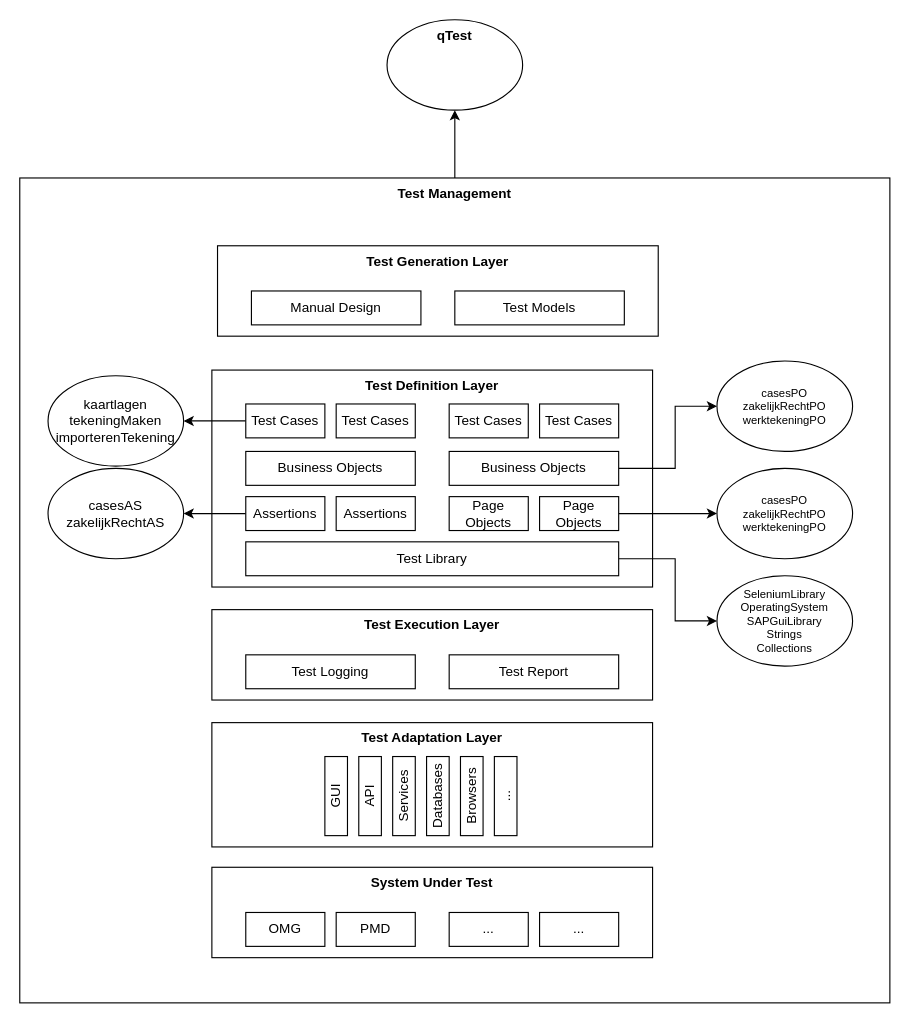
Above: ta.drawio in yusufkaracaburun/drawings (draw.io), before the change. Source tidied: cells renumbered, new cells numbered last; positions are measured from the earlier drawing's top-left corner, leaving out a move shared by most shapes. Both pictures are drawn from the tidied source at 113%, with x=0, y=0 at pixel (19, 19).
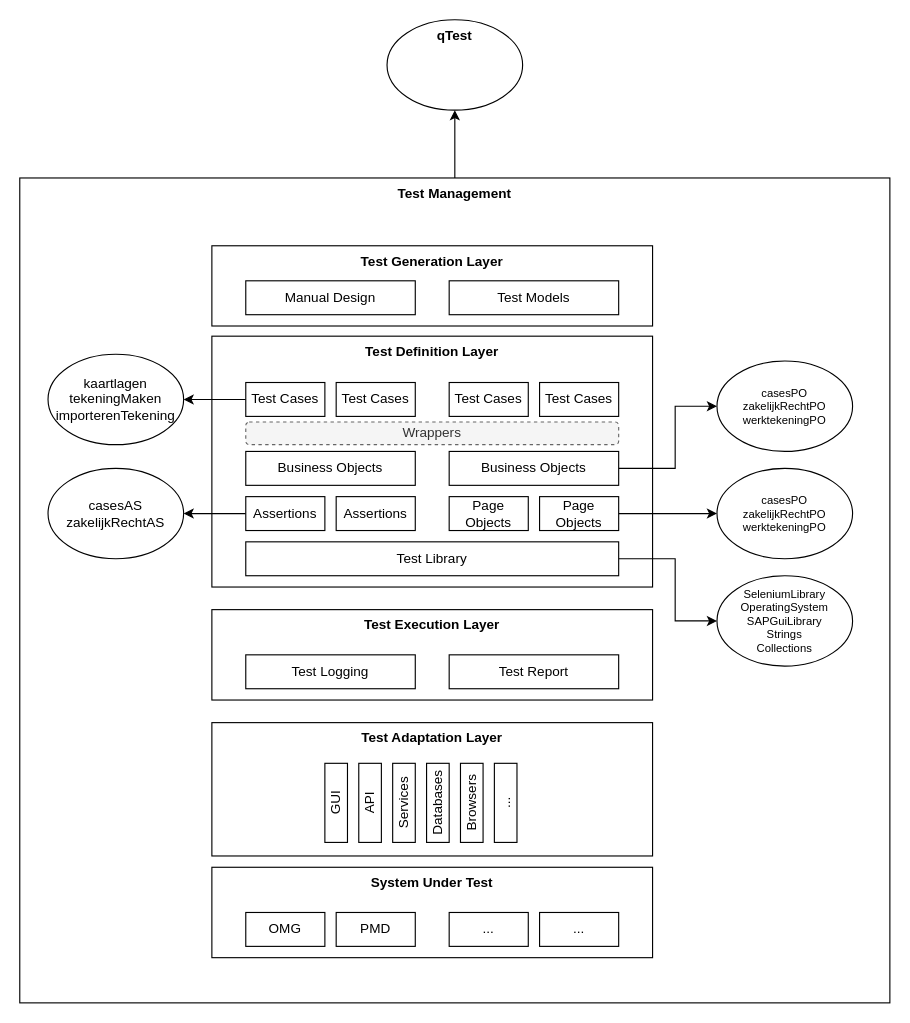
The same page after the edit.

Change to the diagram source:
```diff
@@
     <mxCell id="4" value="Test Adaptation Layer" style="rounded=0;whiteSpace=wrap;html=1;horizontal=1;verticalAlign=top;fontStyle=1;" parent="1" vertex="1">
-      <mxGeometry x="170" y="622" width="390" height="110" as="geometry" />
+      <mxGeometry x="170" y="622" width="390" height="118" as="geometry" />
     </mxCell>
     <mxCell id="5" value="GUI" style="rounded=0;whiteSpace=wrap;html=1;horizontal=0;" parent="1" vertex="1">
-      <mxGeometry x="270" y="652" width="20" height="70" as="geometry" />
+      <mxGeometry x="270" y="658" width="20" height="70" as="geometry" />
     </mxCell>
     <mxCell id="6" value="API" style="rounded=0;whiteSpace=wrap;html=1;horizontal=0;" parent="1" vertex="1">
-      <mxGeometry x="300" y="652" width="20" height="70" as="geometry" />
+      <mxGeometry x="300" y="658" width="20" height="70" as="geometry" />
     </mxCell>
     <mxCell id="7" value="Services" style="rounded=0;whiteSpace=wrap;html=1;horizontal=0;" parent="1" vertex="1">
-      <mxGeometry x="330" y="652" width="20" height="70" as="geometry" />
+      <mxGeometry x="330" y="658" width="20" height="70" as="geometry" />
     </mxCell>
     <mxCell id="8" value="Databases" style="rounded=0;whiteSpace=wrap;html=1;horizontal=0;" parent="1" vertex="1">
-      <mxGeometry x="360" y="652" width="20" height="70" as="geometry" />
+      <mxGeometry x="360" y="658" width="20" height="70" as="geometry" />
     </mxCell>
@@
     <mxCell id="12" value="Browsers" style="rounded=0;whiteSpace=wrap;html=1;horizontal=0;" parent="1" vertex="1">
-      <mxGeometry x="390" y="652" width="20" height="70" as="geometry" />
+      <mxGeometry x="390" y="658" width="20" height="70" as="geometry" />
     </mxCell>
     <mxCell id="13" value="..." style="rounded=0;whiteSpace=wrap;html=1;horizontal=0;" parent="1" vertex="1">
-      <mxGeometry x="420" y="652" width="20" height="70" as="geometry" />
+      <mxGeometry x="420" y="658" width="20" height="70" as="geometry" />
     </mxCell>
     <mxCell id="14" value="Test Definition Layer" style="rounded=0;whiteSpace=wrap;html=1;verticalAlign=top;fontStyle=1;" parent="1" vertex="1">
-      <mxGeometry x="170" y="310" width="390" height="192" as="geometry" />
+      <mxGeometry x="170" y="280" width="390" height="222" as="geometry" />
     </mxCell>
@@
-    <mxCell id="27" style="edgeStyle=orthogonalEdgeStyle;rounded=0;jettySize=auto;html=1;fontSize=10;" parent="1" edge="1" source="28" target="29">
-      <mxGeometry relative="1" as="geometry" />
-    </mxCell>
-    <mxCell id="28" value="Test Cases" style="rounded=0;whiteSpace=wrap;html=1;" parent="1" vertex="1">
-      <mxGeometry x="200" y="340" width="70" height="30" as="geometry" />
-    </mxCell>
+    <mxCell id="45" style="edgeStyle=orthogonalEdgeStyle;rounded=0;jettySize=auto;html=1;fontSize=10;" parent="1" edge="1" source="46" target="29">
+      <mxGeometry relative="1" as="geometry" />
+    </mxCell>
+    <mxCell id="46" value="Test Cases" style="rounded=0;whiteSpace=wrap;html=1;" parent="1" vertex="1">
+      <mxGeometry x="200" y="321" width="70" height="30" as="geometry" />
+    </mxCell>
     <mxCell id="29" value="kaartlagen&lt;br&gt;tekeningMaken&lt;br&gt;importerenTekening" style="ellipse;whiteSpace=wrap;html=1;rounded=0;" parent="1" vertex="1">
-      <mxGeometry x="25" y="315" width="120" height="80" as="geometry" />
+      <mxGeometry x="25" y="296" width="120" height="80" as="geometry" />
     </mxCell>
-    <mxCell id="30" value="Test Cases" style="rounded=0;whiteSpace=wrap;html=1;" parent="1" vertex="1">
-      <mxGeometry x="280" y="340" width="70" height="30" as="geometry" />
-    </mxCell>
+    <mxCell id="47" value="Test Cases" style="rounded=0;whiteSpace=wrap;html=1;" parent="1" vertex="1">
+      <mxGeometry x="280" y="321" width="70" height="30" as="geometry" />
+    </mxCell>
@@
-    <mxCell id="34" value="Test Cases" style="rounded=0;whiteSpace=wrap;html=1;" parent="1" vertex="1">
-      <mxGeometry x="380" y="340" width="70" height="30" as="geometry" />
-    </mxCell>
-    <mxCell id="35" value="Test Cases" style="rounded=0;whiteSpace=wrap;html=1;" parent="1" vertex="1">
-      <mxGeometry x="460" y="340" width="70" height="30" as="geometry" />
-    </mxCell>
+    <mxCell id="48" value="Test Cases" style="rounded=0;whiteSpace=wrap;html=1;" parent="1" vertex="1">
+      <mxGeometry x="380" y="321" width="70" height="30" as="geometry" />
+    </mxCell>
+    <mxCell id="49" value="Test Cases" style="rounded=0;whiteSpace=wrap;html=1;" parent="1" vertex="1">
+      <mxGeometry x="460" y="321" width="70" height="30" as="geometry" />
+    </mxCell>
     <mxCell id="36" value="Test Generation Layer" style="rounded=0;whiteSpace=wrap;html=1;verticalAlign=top;fontStyle=1;" parent="1" vertex="1">
-      <mxGeometry x="175" y="200" width="390" height="80" as="geometry" />
+      <mxGeometry x="170" y="200" width="390" height="71" as="geometry" />
     </mxCell>
     <mxCell id="37" value="Manual Design" style="rounded=0;whiteSpace=wrap;html=1;" parent="1" vertex="1">
-      <mxGeometry x="205" y="240" width="150" height="30" as="geometry" />
+      <mxGeometry x="200" y="231" width="150" height="30" as="geometry" />
     </mxCell>
     <mxCell id="38" value="Test Models" style="rounded=0;whiteSpace=wrap;html=1;" parent="1" vertex="1">
-      <mxGeometry x="385" y="240" width="150" height="30" as="geometry" />
+      <mxGeometry x="380" y="231" width="150" height="30" as="geometry" />
     </mxCell>
@@
+    <mxCell id="50" value="Wrappers" style="rounded=1;whiteSpace=wrap;html=1;labelBorderColor=none;strokeColor=#666666;fontColor=#333333;dashed=1;glass=0;shadow=0;sketch=0;fillColor=#f5f5f5;" parent="1" vertex="1">
+      <mxGeometry x="200" y="356" width="330" height="20" as="geometry" />
+    </mxCell>
```
